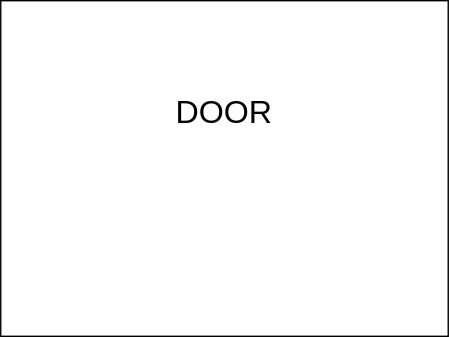
Before: public/img/door.drawio.svg, a diagram exported from draw.io (yamagame/kobo-adventure). Source tidied: cells renumbered, new cells last; positions are measured from the earlier drawing's top-left corner, leaving out a move shared by most shapes. Source of this version:
```xml
<mxGraphModel>
  <root>
    <mxCell id="0" />
    <mxCell id="1" parent="0" />
    <mxCell id="2" style="rounded=0;whiteSpace=wrap;html=1;" parent="1" vertex="1">
      <mxGeometry width="320" height="240" as="geometry" />
    </mxCell>
    <mxCell id="3" value="DOOR" style="text;html=1;strokeColor=none;fillColor=none;align=center;verticalAlign=middle;whiteSpace=wrap;rounded=0;fontSize=23;" parent="1" vertex="1">
      <mxGeometry x="30" y="40" width="260" height="80" as="geometry" />
    </mxCell>
  </root>
</mxGraphModel>
```
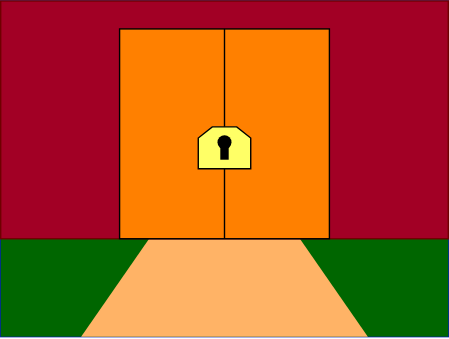
After the commit.

Diff of the diagram source:
```diff
@@ -2,11 +2,37 @@
   <root>
     <mxCell id="0" />
     <mxCell id="1" parent="0" />
-    <mxCell id="2" style="rounded=0;whiteSpace=wrap;html=1;" parent="1" vertex="1">
+    <mxCell id="2" style="rounded=0;whiteSpace=wrap;html=1;fillColor=#0050ef;strokeColor=#001DBC;fontColor=#ffffff;" parent="1" vertex="1">
       <mxGeometry width="320" height="240" as="geometry" />
     </mxCell>
-    <mxCell id="3" value="DOOR" style="text;html=1;strokeColor=none;fillColor=none;align=center;verticalAlign=middle;whiteSpace=wrap;rounded=0;fontSize=23;" parent="1" vertex="1">
-      <mxGeometry x="30" y="40" width="260" height="80" as="geometry" />
+    <mxCell id="3" style="rounded=0;whiteSpace=wrap;html=1;strokeColor=none;fillColor=#006600;" parent="1" vertex="1">
+      <mxGeometry y="120" width="320" height="120" as="geometry" />
     </mxCell>
+    <mxCell id="4" style="shape=trapezoid;perimeter=trapezoidPerimeter;whiteSpace=wrap;html=1;fillColor=#FFB366;size=0.4065040650406504;strokeColor=none;" parent="1" vertex="1">
+      <mxGeometry x="57.5" y="120" width="205" height="120" as="geometry" />
+    </mxCell>
+    <mxCell id="5" style="rounded=0;whiteSpace=wrap;html=1;fillColor=#a20025;strokeColor=#6F0000;fontColor=#ffffff;" parent="1" vertex="1">
+      <mxGeometry width="320" height="170" as="geometry" />
+    </mxCell>
+    <mxCell id="6" style="whiteSpace=wrap;html=1;strokeColor=#000000;fillColor=#FF8000;" parent="1" vertex="1">
+      <mxGeometry x="85" y="20" width="150" height="150" as="geometry" />
+    </mxCell>
+    <mxCell id="7" style="endArrow=none;html=1;exitX=0.5;exitY=1;exitDx=0;exitDy=0;strokeColor=#000000;" parent="1" edge="1" source="8">
+      <mxGeometry relative="1" as="geometry">
+        <mxPoint x="160" y="20" as="targetPoint" />
+      </mxGeometry>
+    </mxCell>
+    <mxCell id="8" style="shape=loopLimit;whiteSpace=wrap;html=1;strokeColor=#000000;fillColor=#FFFF66;size=10;" parent="1" vertex="1">
+      <mxGeometry x="141.2" y="90" width="37.5" height="30" as="geometry" />
+    </mxCell>
+    <mxCell id="9" style="endArrow=none;html=1;exitX=0.5;exitY=1;exitDx=0;exitDy=0;strokeColor=#000000;" parent="1" edge="1" source="6" target="8">
+      <mxGeometry relative="1" as="geometry" />
+    </mxCell>
+    <mxCell id="10" style="ellipse;whiteSpace=wrap;html=1;strokeColor=none;fillColor=#000000;" parent="1" vertex="1">
+      <mxGeometry x="155" y="96" width="10" height="10" as="geometry" />
+    </mxCell>
+    <mxCell id="11" style="rounded=0;whiteSpace=wrap;html=1;strokeColor=#000000;fillColor=#000000;" parent="1" vertex="1">
+      <mxGeometry x="157.5" y="103" width="5" height="10" as="geometry" />
+    </mxCell>
   </root>
 </mxGraphModel>
```
